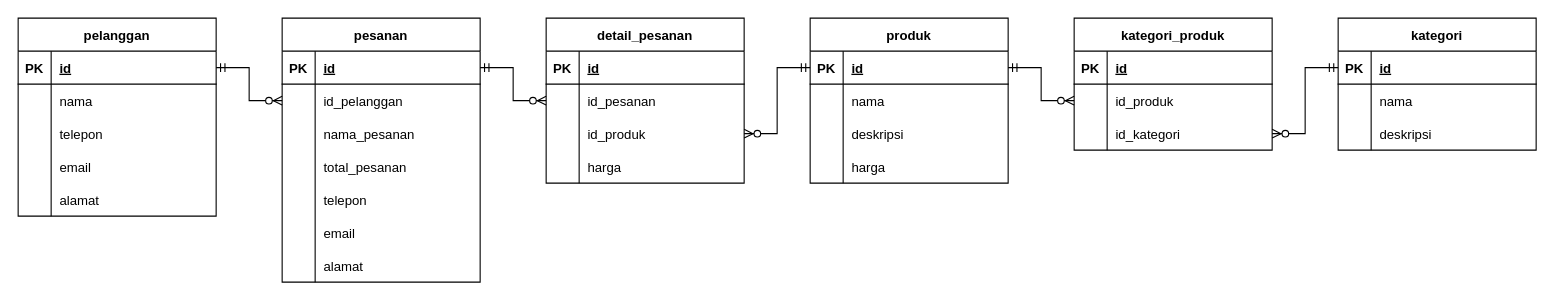
irfannudinihsan/Online-Retail-Database-Design keeps this draw.io diagram as Online Retail Database Design.drawio. Above is the earlier version. Source tidied: cells renumbered, new cells numbered last; positions are measured from the earlier drawing's top-left corner, leaving out a move shared by most shapes. Both pictures are drawn from the tidied source at 110%, with x=0, y=0 at pixel (18, 18).
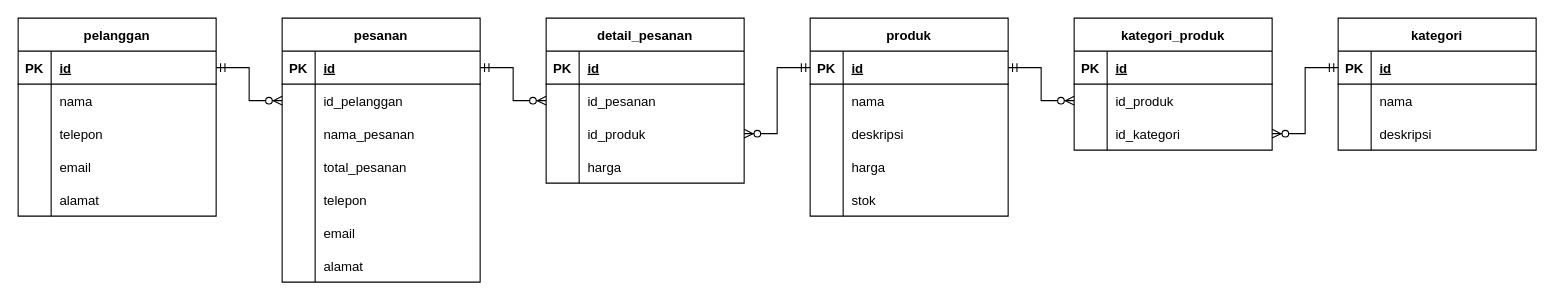
After the change.

Diff of the diagram source:
```diff
@@
     <mxCell id="40" value="produk" style="shape=table;startSize=30;childLayout=tableLayout;rowLines=0;fontStyle=1;align=center;" parent="1" vertex="1">
-      <mxGeometry x="720" width="180" height="150" as="geometry" />
+      <mxGeometry x="720" width="180" height="180" as="geometry" />
     </mxCell>
@@
+    <mxCell id="91" style="shape=tableRow;horizontal=0;startSize=0;swimlaneHead=0;swimlaneBody=0;fillColor=none;top=0;left=0;right=0;bottom=0;" parent="40" vertex="1">
+      <mxGeometry y="150" width="180" height="30" as="geometry" />
+    </mxCell>
+    <mxCell id="92" style="shape=partialRectangle;fillColor=none;top=0;left=0;bottom=0;right=0;overflow=hidden;" parent="91" vertex="1">
+      <mxGeometry width="30" height="30" as="geometry" />
+    </mxCell>
+    <mxCell id="93" value="stok" style="shape=partialRectangle;fillColor=none;top=0;left=0;bottom=0;right=0;align=left;spacingLeft=6;overflow=hidden;" parent="91" vertex="1">
+      <mxGeometry x="30" width="150" height="30" as="geometry" />
+    </mxCell>
```
